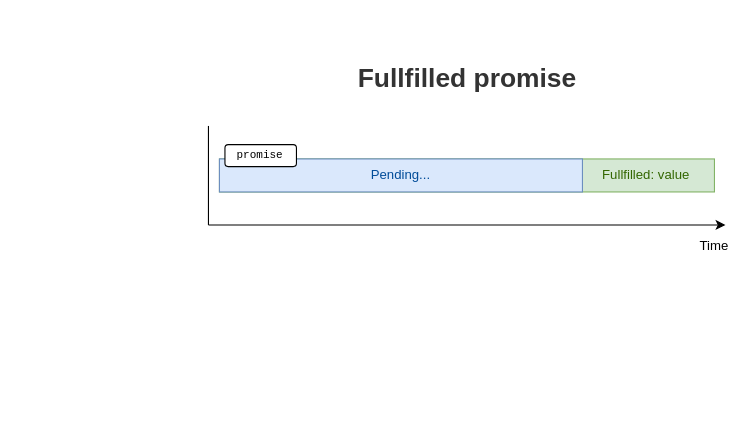
The draw.io diagram content/posts/140-promise/diagrams/diagram.drawio in panzerdp/dmitripavlutin.com, before the edit. Source tidied: cells renumbered, new cells numbered last; positions are measured from the earlier drawing's top-left corner, leaving out a move shared by most shapes. Both pictures are drawn from the tidied source at 110%, with x=0, y=0 at pixel (208, 40).
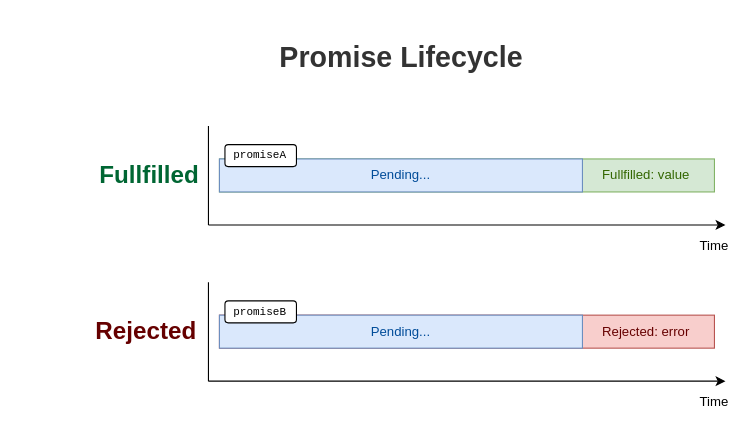
The same page after the edit.

Diff of the diagram source:
```diff
@@
-    <mxCell id="3" value="Fullfilled promise" style="text;strokeColor=none;fillColor=none;html=1;fontSize=24;fontStyle=1;verticalAlign=middle;align=center;fontColor=#333333;" parent="1" vertex="1">
-      <mxGeometry x="120" width="230" height="70" as="geometry" />
+    <mxCell id="3" value="Promise Lifecycle" style="text;strokeColor=none;fillColor=none;html=1;fontSize=26;fontStyle=1;verticalAlign=middle;align=center;fontColor=#333333;" parent="1" vertex="1">
+      <mxGeometry x="60" y="-19" width="230" height="70" as="geometry" />
     </mxCell>
@@
-    <mxCell id="11" value="promise" style="text;html=1;strokeColor=none;fillColor=none;align=center;verticalAlign=middle;whiteSpace=wrap;rounded=0;fontSize=10;fontFamily=Courier New;" parent="1" vertex="1">
+    <mxCell id="11" value="promiseA" style="text;html=1;strokeColor=none;fillColor=none;align=center;verticalAlign=middle;whiteSpace=wrap;rounded=0;fontSize=10;fontFamily=Courier New;" parent="1" vertex="1">
       <mxGeometry x="21" y="95" width="52" height="20" as="geometry" />
     </mxCell>
+    <mxCell id="12" value="Fullfilled" style="text;strokeColor=none;fillColor=none;html=1;fontSize=22;fontStyle=1;verticalAlign=middle;align=center;fontColor=#006633;" parent="1" vertex="1">
+      <mxGeometry x="-169" y="88" width="230" height="70" as="geometry" />
+    </mxCell>
+    <mxCell id="13" style="rounded=0;whiteSpace=wrap;html=1;fillColor=#f8cecc;strokeColor=#b85450;" parent="1" vertex="1">
+      <mxGeometry x="10" y="250" width="450" height="30" as="geometry" />
+    </mxCell>
+    <mxCell id="14" style="endArrow=classic;html=1;" parent="1" edge="1">
+      <mxGeometry relative="1" as="geometry">
+        <mxPoint y="310" as="sourcePoint" />
+        <mxPoint x="470" y="310" as="targetPoint" />
+      </mxGeometry>
+    </mxCell>
+    <mxCell id="15" style="endArrow=none;html=1;" parent="1" edge="1">
+      <mxGeometry relative="1" as="geometry">
+        <mxPoint y="310" as="sourcePoint" />
+        <mxPoint y="220" as="targetPoint" />
+      </mxGeometry>
+    </mxCell>
+    <mxCell id="16" value="Time" style="text;html=1;strokeColor=none;fillColor=none;align=center;verticalAlign=middle;whiteSpace=wrap;rounded=0;" parent="1" vertex="1">
+      <mxGeometry x="440" y="319" width="40" height="20" as="geometry" />
+    </mxCell>
+    <mxCell id="17" style="rounded=0;whiteSpace=wrap;html=1;fillColor=#dae8fc;strokeColor=#6c8ebf;" parent="1" vertex="1">
+      <mxGeometry x="10" y="250" width="330" height="30" as="geometry" />
+    </mxCell>
+    <mxCell id="18" value="Pending..." style="text;html=1;strokeColor=none;fillColor=none;align=center;verticalAlign=middle;whiteSpace=wrap;rounded=0;fontColor=#004C99;" parent="1" vertex="1">
+      <mxGeometry x="135" y="255" width="80" height="20" as="geometry" />
+    </mxCell>
+    <mxCell id="19" value="Rejected: error" style="text;html=1;strokeColor=none;fillColor=none;align=center;verticalAlign=middle;whiteSpace=wrap;rounded=0;fontColor=#660000;" parent="1" vertex="1">
+      <mxGeometry x="333" y="255" width="130" height="20" as="geometry" />
+    </mxCell>
+    <mxCell id="20" style="rounded=1;whiteSpace=wrap;html=1;labelBackgroundColor=#ffffff;fontFamily=Courier New;fontSize=23;fontColor=#666666;align=left;" parent="1" vertex="1">
+      <mxGeometry x="15" y="237" width="65" height="20" as="geometry" />
+    </mxCell>
+    <mxCell id="21" value="promiseB" style="text;html=1;strokeColor=none;fillColor=none;align=center;verticalAlign=middle;whiteSpace=wrap;rounded=0;fontSize=10;fontFamily=Courier New;" parent="1" vertex="1">
+      <mxGeometry x="21" y="237" width="52" height="20" as="geometry" />
+    </mxCell>
+    <mxCell id="22" value="Rejected" style="text;strokeColor=none;fillColor=none;html=1;fontSize=22;fontStyle=1;verticalAlign=middle;align=center;fontColor=#660000;" parent="1" vertex="1">
+      <mxGeometry x="-172" y="230" width="230" height="70" as="geometry" />
+    </mxCell>
```
